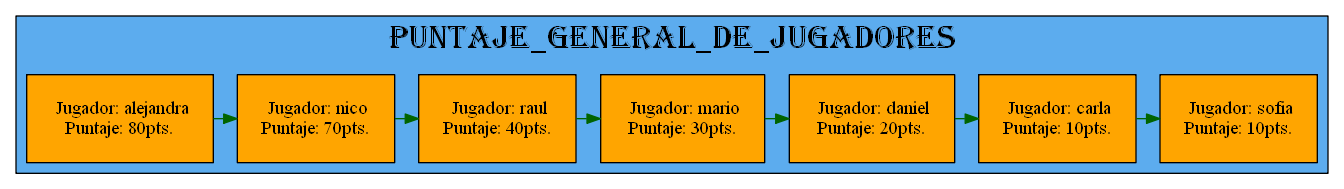
mariotun/EDD_1S2020_PY1_201602942 keeps this Graphviz diagram as Graficas/Score_Board_General.dot.png. Above is the earlier version. Its source is kept beside it as Graficas/Score_Board_General.dot. The source it was exported from:
```dot
digraph Lista_Simple_General{

subgraph cluster_2{

fontname=algerian;
fontsize=25;
style=filled;
fillcolor=steelblue2;
label="Puntaje_General_de_Jugadores";

 labelloc=t;
node[margin=0.25 style=filled fillcolor=orange shape=box];
{rank=same;
25770344880[label=" Jugador: alejandra
Puntaje: 80pts.
"];
25770344800[label=" Jugador: nico
Puntaje: 70pts.
"];
25770344640[label=" Jugador: raul
Puntaje: 40pts.
"];
25770344560[label=" Jugador: mario
Puntaje: 30pts.
"];
25770344960[label=" Jugador: daniel
Puntaje: 20pts.
"];
25770345040[label=" Jugador: carla
Puntaje: 10pts.
"];
25770344720[label=" Jugador: sofia
Puntaje: 10pts.
"];
};

25770344880->25770344800->25770344640->25770344560->25770344960->25770345040->25770344720
[dir=front color=darkgreen];

 }

}
```
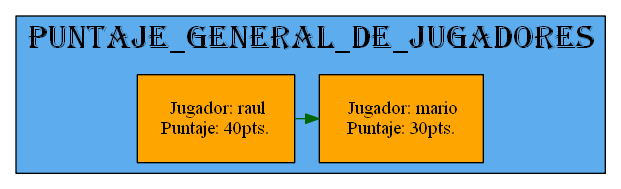
The same diagram one commit later.

Diff of the diagram source:
```diff
@@ -11,30 +11,15 @@
  labelloc=t;
 node[margin=0.25 style=filled fillcolor=orange shape=box];
 {rank=same;
-25770344880[label=" Jugador: alejandra
-Puntaje: 80pts.
-"];
-25770344800[label=" Jugador: nico
-Puntaje: 70pts.
-"];
-25770344640[label=" Jugador: raul
+25770344352[label=" Jugador: raul
 Puntaje: 40pts.
 "];
-25770344560[label=" Jugador: mario
+25770344272[label=" Jugador: mario
 Puntaje: 30pts.
-"];
-25770344960[label=" Jugador: daniel
-Puntaje: 20pts.
-"];
-25770345040[label=" Jugador: carla
-Puntaje: 10pts.
-"];
-25770344720[label=" Jugador: sofia
-Puntaje: 10pts.
 "];
 };
 
-25770344880->25770344800->25770344640->25770344560->25770344960->25770345040->25770344720
+25770344352->25770344272
 [dir=front color=darkgreen];
 
  }
```
